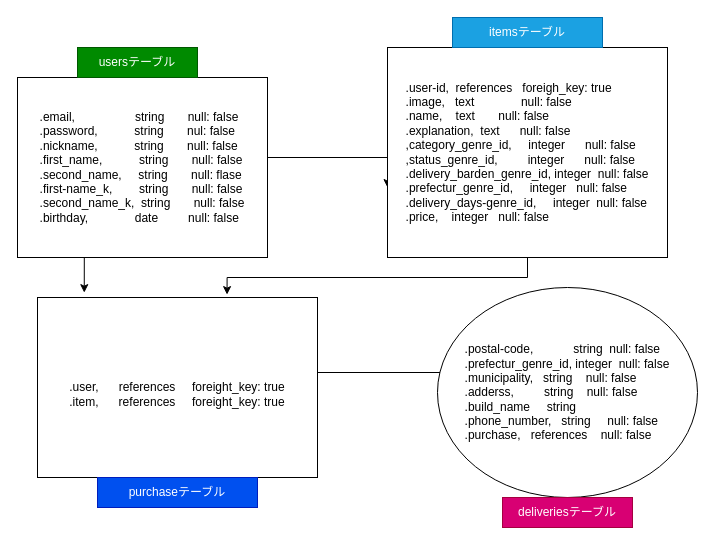
Above: furima.dio in okadahideya/furima-31743 (draw.io), before the change. Source tidied: cells renumbered, new cells numbered last; positions are measured from the earlier drawing's top-left corner, leaving out a move shared by most shapes. Both pictures are drawn from the tidied source at 100%, with x=0, y=0 at pixel (17, 17).
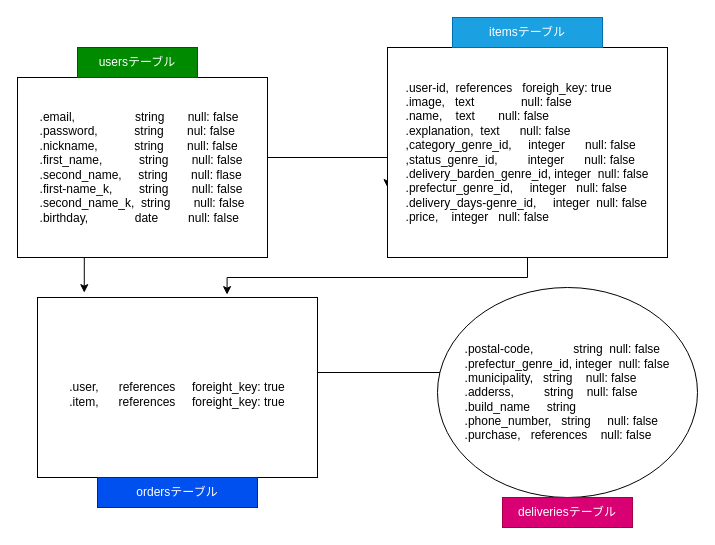
The same page after the edit.

Change to the diagram source:
```diff
@@
 <mxGraphModel>
   <root>
     <mxCell id="0" />
     <mxCell id="1" parent="0" />
     <mxCell id="2" style="edgeStyle=orthogonalEdgeStyle;rounded=0;jettySize=auto;html=1;exitX=1;exitY=0.5;exitDx=0;exitDy=0;entryX=0;entryY=0.667;entryDx=0;entryDy=0;entryPerimeter=0;" parent="1" edge="1" source="4" target="6">
       <mxGeometry relative="1" as="geometry">
         <Array as="points">
           <mxPoint x="250" y="140" />
         </Array>
       </mxGeometry>
     </mxCell>
     <mxCell id="3" style="edgeStyle=orthogonalEdgeStyle;rounded=0;jettySize=auto;html=1;exitX=0.25;exitY=1;exitDx=0;exitDy=0;entryX=0.167;entryY=-0.027;entryDx=0;entryDy=0;entryPerimeter=0;" parent="1" edge="1" source="4" target="8">
       <mxGeometry relative="1" as="geometry" />
     </mxCell>
     <mxCell id="4" value="&lt;div style=&quot;text-align: justify&quot;&gt;.email,&amp;nbsp; &amp;nbsp; &amp;nbsp; &amp;nbsp; &amp;nbsp; &amp;nbsp; &amp;nbsp; &amp;nbsp; &amp;nbsp; string&amp;nbsp; &amp;nbsp; &amp;nbsp; &amp;nbsp;null: false&lt;/div&gt;&lt;div style=&quot;text-align: justify&quot;&gt;&lt;span&gt;.password,&amp;nbsp; &amp;nbsp; &amp;nbsp; &amp;nbsp; &amp;nbsp; &amp;nbsp;string&amp;nbsp; &amp;nbsp; &amp;nbsp; &amp;nbsp;nul: false&lt;/span&gt;&lt;/div&gt;&lt;div style=&quot;text-align: justify&quot;&gt;&lt;span&gt;.nickname,&amp;nbsp; &amp;nbsp; &amp;nbsp; &amp;nbsp; &amp;nbsp; &amp;nbsp;string&amp;nbsp; &amp;nbsp; &amp;nbsp; &amp;nbsp;null: false&amp;nbsp;&lt;/span&gt;&lt;/div&gt;&lt;div style=&quot;text-align: justify&quot;&gt;&lt;span&gt;.first_name,&amp;nbsp; &amp;nbsp; &amp;nbsp; &amp;nbsp; &amp;nbsp; &amp;nbsp;string&amp;nbsp; &amp;nbsp; &amp;nbsp; &amp;nbsp;null: false&lt;/span&gt;&lt;/div&gt;&lt;div style=&quot;text-align: justify&quot;&gt;&lt;span&gt;.second_name,&amp;nbsp; &amp;nbsp; &amp;nbsp;string&amp;nbsp; &amp;nbsp; &amp;nbsp; &amp;nbsp;null: flase&lt;/span&gt;&lt;/div&gt;&lt;div style=&quot;text-align: justify&quot;&gt;&lt;span&gt;.first-name_k,&amp;nbsp; &amp;nbsp; &amp;nbsp; &amp;nbsp; string&amp;nbsp; &amp;nbsp; &amp;nbsp; &amp;nbsp;null: false&lt;/span&gt;&lt;/div&gt;&lt;div style=&quot;text-align: justify&quot;&gt;&lt;span&gt;.second_name_k,&amp;nbsp; string&amp;nbsp; &amp;nbsp; &amp;nbsp; &amp;nbsp;null: false&lt;/span&gt;&lt;/div&gt;&lt;div style=&quot;text-align: justify&quot;&gt;&lt;span&gt;.birthday,&amp;nbsp; &amp;nbsp; &amp;nbsp; &amp;nbsp; &amp;nbsp; &amp;nbsp; &amp;nbsp; date&amp;nbsp; &amp;nbsp; &amp;nbsp; &amp;nbsp; &amp;nbsp;null: false&lt;/span&gt;&lt;/div&gt;" style="whiteSpace=wrap;html=1;align=center;" parent="1" vertex="1">
       <mxGeometry y="60" width="250" height="180" as="geometry" />
     </mxCell>
     <mxCell id="5" style="edgeStyle=orthogonalEdgeStyle;rounded=0;jettySize=auto;html=1;exitX=0.5;exitY=1;exitDx=0;exitDy=0;entryX=0.677;entryY=-0.016;entryDx=0;entryDy=0;entryPerimeter=0;" parent="1" edge="1" source="6" target="8">
       <mxGeometry relative="1" as="geometry" />
     </mxCell>
     <mxCell id="6" value="&lt;blockquote style=&quot;margin: 0 0 0 40px ; border: none ; padding: 0px&quot;&gt;&lt;/blockquote&gt;&lt;span&gt;&lt;div style=&quot;text-align: justify&quot;&gt;&lt;span&gt;.user-id,&amp;nbsp; references&amp;nbsp; &amp;nbsp;foreigh_key: true&lt;/span&gt;&lt;/div&gt;&lt;/span&gt;&lt;blockquote style=&quot;margin: 0 0 0 40px ; border: none ; padding: 0px&quot;&gt;&lt;/blockquote&gt;&lt;span&gt;&lt;div style=&quot;text-align: justify&quot;&gt;&lt;span&gt;.image,&amp;nbsp; &amp;nbsp;text&amp;nbsp; &amp;nbsp; &amp;nbsp; &amp;nbsp; &amp;nbsp; &amp;nbsp; &amp;nbsp; null: false&lt;/span&gt;&lt;/div&gt;&lt;/span&gt;&lt;blockquote style=&quot;margin: 0 0 0 40px ; border: none ; padding: 0px&quot;&gt;&lt;/blockquote&gt;&lt;span&gt;&lt;div style=&quot;text-align: justify&quot;&gt;&lt;span&gt;.name,&amp;nbsp; &amp;nbsp; text&amp;nbsp; &amp;nbsp; &amp;nbsp; &amp;nbsp;null: false&lt;/span&gt;&lt;/div&gt;&lt;/span&gt;&lt;blockquote style=&quot;margin: 0 0 0 40px ; border: none ; padding: 0px&quot;&gt;&lt;/blockquote&gt;&lt;span&gt;&lt;div style=&quot;text-align: justify&quot;&gt;&lt;span&gt;.explanation,&amp;nbsp; text&amp;nbsp; &amp;nbsp; &amp;nbsp; null: false&lt;/span&gt;&lt;/div&gt;&lt;/span&gt;&lt;blockquote style=&quot;margin: 0 0 0 40px ; border: none ; padding: 0px&quot;&gt;&lt;/blockquote&gt;&lt;span&gt;&lt;div style=&quot;text-align: justify&quot;&gt;&lt;span&gt;,category_genre_id,&amp;nbsp; &amp;nbsp; &amp;nbsp;integer&amp;nbsp; &amp;nbsp; &amp;nbsp; null: false&lt;/span&gt;&lt;/div&gt;&lt;/span&gt;&lt;blockquote style=&quot;margin: 0 0 0 40px ; border: none ; padding: 0px&quot;&gt;&lt;/blockquote&gt;&lt;span&gt;&lt;div style=&quot;text-align: justify&quot;&gt;&lt;span&gt;,status_genre_id,&amp;nbsp; &amp;nbsp; &amp;nbsp; &amp;nbsp; &amp;nbsp;integer&amp;nbsp; &amp;nbsp; &amp;nbsp; null: false&lt;/span&gt;&lt;/div&gt;&lt;/span&gt;&lt;blockquote style=&quot;margin: 0 0 0 40px ; border: none ; padding: 0px&quot;&gt;&lt;/blockquote&gt;&lt;span&gt;&lt;div style=&quot;text-align: justify&quot;&gt;&lt;span&gt;.delivery_barden_genre_id, integer&amp;nbsp; null: false&lt;/span&gt;&lt;/div&gt;&lt;/span&gt;&lt;blockquote style=&quot;margin: 0 0 0 40px ; border: none ; padding: 0px&quot;&gt;&lt;/blockquote&gt;&lt;span&gt;&lt;div style=&quot;text-align: justify&quot;&gt;&lt;span&gt;.prefectur_genre_id,&amp;nbsp; &amp;nbsp; &amp;nbsp;integer&amp;nbsp; &amp;nbsp;null: false&lt;/span&gt;&lt;/div&gt;&lt;/span&gt;&lt;blockquote style=&quot;margin: 0 0 0 40px ; border: none ; padding: 0px&quot;&gt;&lt;/blockquote&gt;&lt;span&gt;&lt;div style=&quot;text-align: justify&quot;&gt;&lt;span&gt;.delivery_days-genre_id,&amp;nbsp; &amp;nbsp; &amp;nbsp;integer&amp;nbsp; null: false&lt;/span&gt;&lt;/div&gt;&lt;/span&gt;&lt;span&gt;&lt;div style=&quot;text-align: justify&quot;&gt;&lt;span&gt;.price,&amp;nbsp; &amp;nbsp; integer&amp;nbsp; &amp;nbsp;null: false&lt;/span&gt;&lt;/div&gt;&lt;/span&gt;" style="whiteSpace=wrap;html=1;" parent="1" vertex="1">
       <mxGeometry x="370" y="30" width="280" height="210" as="geometry" />
     </mxCell>
     <mxCell id="7" style="edgeStyle=orthogonalEdgeStyle;rounded=0;jettySize=auto;html=1;exitX=1;exitY=0.5;exitDx=0;exitDy=0;entryX=0;entryY=0.5;entryDx=0;entryDy=0;" parent="1" edge="1" source="8" target="9">
       <mxGeometry relative="1" as="geometry">
         <Array as="points">
           <mxPoint x="430" y="355" />
         </Array>
       </mxGeometry>
     </mxCell>
     <mxCell id="8" value="&lt;div style=&quot;text-align: justify&quot;&gt;&lt;br&gt;&lt;/div&gt;&lt;div style=&quot;text-align: justify&quot;&gt;&lt;span&gt;.user,&amp;nbsp; &amp;nbsp; &amp;nbsp; references&amp;nbsp; &amp;nbsp; &amp;nbsp;foreight_key: true&lt;/span&gt;&lt;/div&gt;&lt;div style=&quot;text-align: justify&quot;&gt;&lt;span&gt;.item,&amp;nbsp; &amp;nbsp; &amp;nbsp; references&amp;nbsp; &amp;nbsp; &amp;nbsp;foreight_key: true&lt;/span&gt;&lt;/div&gt;" style="whiteSpace=wrap;html=1;" parent="1" vertex="1">
       <mxGeometry x="20" y="280" width="280" height="180" as="geometry" />
     </mxCell>
     <mxCell id="9" value="&lt;div style=&quot;text-align: justify&quot;&gt;&lt;span&gt;.postal-code,&amp;nbsp; &amp;nbsp; &amp;nbsp; &amp;nbsp; &amp;nbsp; &amp;nbsp; string&amp;nbsp; null: false&lt;/span&gt;&lt;/div&gt;&lt;div style=&quot;text-align: justify&quot;&gt;&lt;span&gt;.prefectur_genre_id, integer&amp;nbsp; null: false&lt;/span&gt;&lt;/div&gt;&lt;div style=&quot;text-align: justify&quot;&gt;&lt;span&gt;.municipality,&amp;nbsp; &amp;nbsp;string&amp;nbsp; &amp;nbsp; null: false&lt;/span&gt;&lt;/div&gt;&lt;div style=&quot;text-align: justify&quot;&gt;&lt;span&gt;.adderss,&amp;nbsp; &amp;nbsp; &amp;nbsp; &amp;nbsp; &amp;nbsp;string&amp;nbsp; &amp;nbsp; null: false&lt;/span&gt;&lt;/div&gt;&lt;div style=&quot;text-align: justify&quot;&gt;&lt;span&gt;.build_name&amp;nbsp; &amp;nbsp; &amp;nbsp;string&lt;/span&gt;&lt;/div&gt;&lt;div style=&quot;text-align: justify&quot;&gt;&lt;span&gt;.phone_number,&amp;nbsp; &amp;nbsp;string&amp;nbsp; &amp;nbsp; &amp;nbsp;null: false&lt;/span&gt;&lt;/div&gt;&lt;div style=&quot;text-align: justify&quot;&gt;&lt;span&gt;.purchase,&amp;nbsp; &amp;nbsp;references&amp;nbsp; &amp;nbsp; null: false&lt;/span&gt;&lt;/div&gt;" style="ellipse;whiteSpace=wrap;html=1;" parent="1" vertex="1">
       <mxGeometry x="420" y="270" width="260" height="210" as="geometry" />
     </mxCell>
     <mxCell id="10" value="usersテーブル" style="whiteSpace=wrap;html=1;fillColor=#008a00;strokeColor=#005700;fontColor=#ffffff;" parent="1" vertex="1">
       <mxGeometry x="60" y="30" width="120" height="30" as="geometry" />
     </mxCell>
     <mxCell id="11" value="itemsテーブル" style="whiteSpace=wrap;html=1;fillColor=#1ba1e2;strokeColor=#006EAF;fontColor=#ffffff;" parent="1" vertex="1">
       <mxGeometry x="435" width="150" height="30" as="geometry" />
     </mxCell>
-    <mxCell id="12" value="purchaseテーブル" style="whiteSpace=wrap;html=1;fillColor=#0050ef;strokeColor=#001DBC;fontColor=#ffffff;" parent="1" vertex="1">
+    <mxCell id="12" value="ordersテーブル" style="whiteSpace=wrap;html=1;fillColor=#0050ef;strokeColor=#001DBC;fontColor=#ffffff;" parent="1" vertex="1">
       <mxGeometry x="80" y="460" width="160" height="30" as="geometry" />
     </mxCell>
     <mxCell id="13" value="deliveriesテーブル" style="whiteSpace=wrap;html=1;fillColor=#d80073;strokeColor=#A50040;fontColor=#ffffff;" parent="1" vertex="1">
       <mxGeometry x="485" y="480" width="130" height="30" as="geometry" />
     </mxCell>
   </root>
 </mxGraphModel>
```
